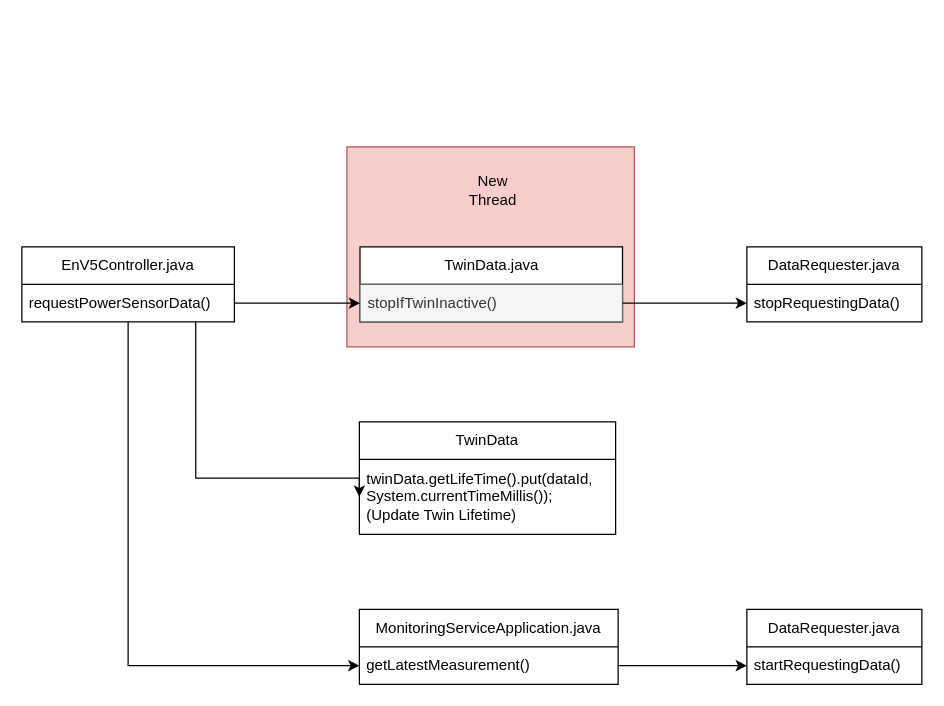
Before: Monitor.drawio in HerrCooker/misc, a draw.io diagram. Source tidied: cells renumbered, new cells numbered last; positions are measured from the earlier drawing's top-left corner, leaving out a move shared by most shapes. Both pictures are drawn from the tidied source at 125%, with x=0, y=0 at pixel (21, 146).
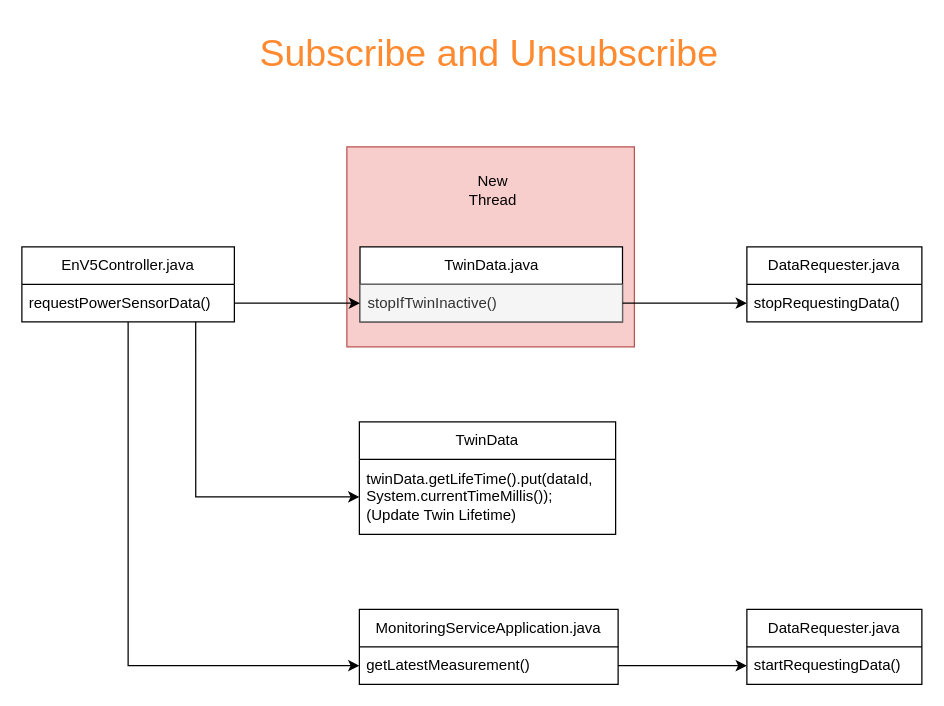
Above is the later version.

The change refers to these unchanged cells:
```xml
<mxCell id="4" value="&lt;div&gt;requestPowerSensorData()&lt;/div&gt;" style="text;strokeColor=none;fillColor=none;align=left;verticalAlign=middle;spacingLeft=4;spacingRight=4;overflow=hidden;points=[[0,0.5],[1,0.5]];portConstraint=eastwest;whiteSpace=wrap;html=1;" parent="3" vertex="1">
  <mxGeometry y="30" width="170" height="30" as="geometry" />
</mxCell>
<mxCell id="14" value="&lt;div&gt;twinData.getLifeTime().put(dataId, System.currentTimeMillis());&lt;/div&gt;&lt;div&gt;(Update Twin Lifetime)&lt;br&gt;&lt;/div&gt;" style="text;strokeColor=none;fillColor=none;align=left;verticalAlign=middle;spacingLeft=4;spacingRight=4;overflow=hidden;points=[[0,0.5],[1,0.5]];portConstraint=eastwest;whiteSpace=wrap;html=1;" parent="13" vertex="1">
  <mxGeometry y="30" width="205" height="60" as="geometry" />
</mxCell>
```

Diff of the diagram source:
```diff
@@
     <mxCell id="15" style="edgeStyle=orthogonalEdgeStyle;rounded=0;jettySize=auto;html=1;entryX=0;entryY=0.5;entryDx=0;entryDy=0;exitX=0.818;exitY=1;exitDx=0;exitDy=0;exitPerimeter=0;" parent="1" edge="1" source="4" target="14">
       <mxGeometry relative="1" as="geometry">
         <Array as="points">
-          <mxPoint x="139" y="265" />
+          <mxPoint x="139" y="280" />
         </Array>
       </mxGeometry>
     </mxCell>
@@
+    <mxCell id="21" value="&lt;font style=&quot;font-size: 30px;&quot; color=&quot;#ff8a30&quot;&gt;Subscribe and Unsubscribe&lt;/font&gt;" style="text;html=1;align=center;verticalAlign=middle;whiteSpace=wrap;rounded=0;" parent="1" vertex="1">
+      <mxGeometry x="173.5" y="-100" width="400" height="50" as="geometry" />
+    </mxCell>
```
